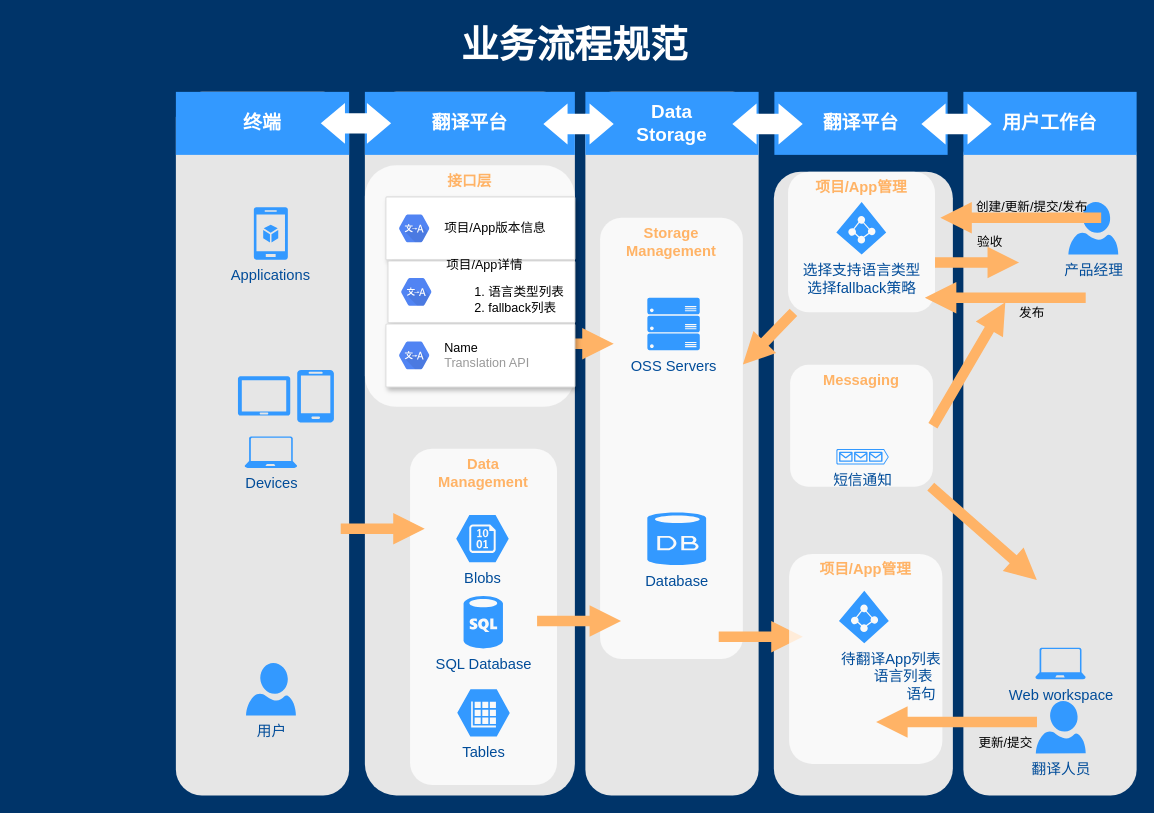
Before: craft/frontend_local.drawio in feihu618/drawio, a draw.io diagram. Source tidied: cells renumbered, new cells numbered last; positions are measured from the earlier drawing's top-left corner, leaving out a move shared by most shapes. Both pictures are drawn from the tidied source at 105%, with x=0, y=0 at pixel (18, 18).
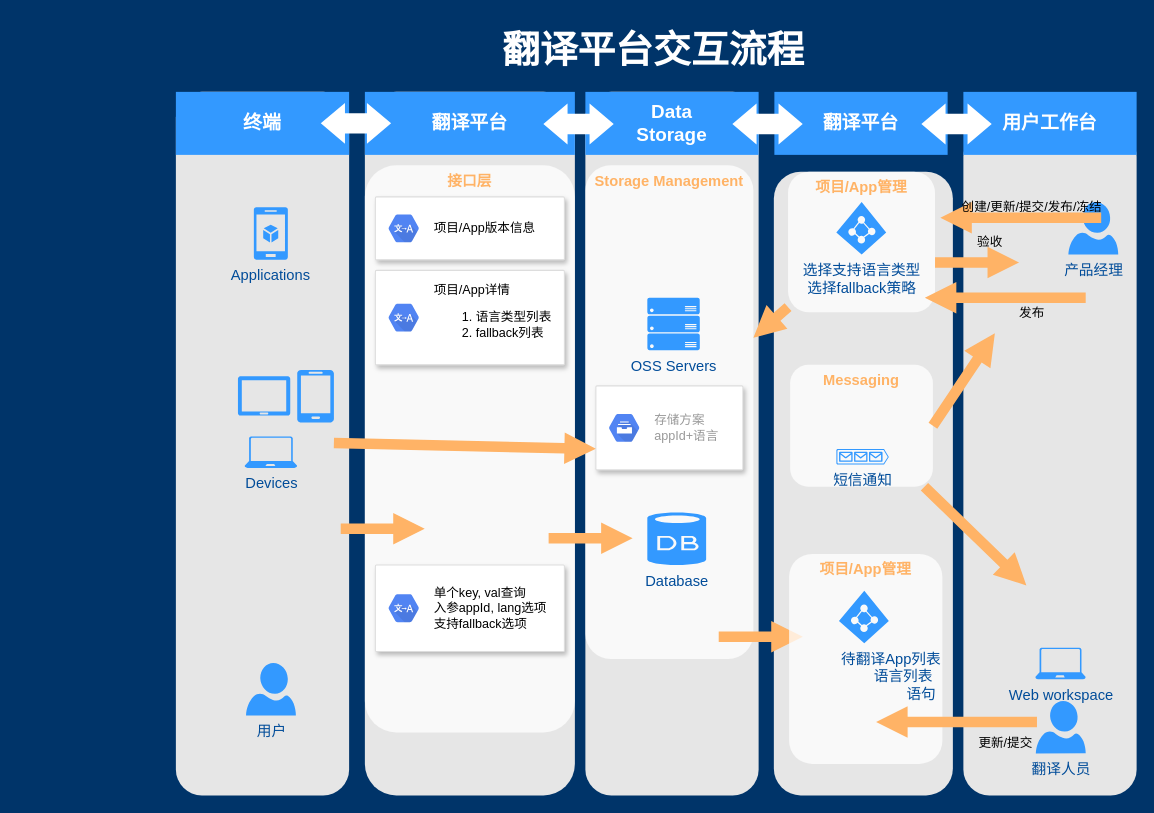
After the change.

Unchanged cells that the change refers to:
```xml
<mxCell id="6" style="rounded=1;whiteSpace=wrap;html=1;dashed=1;strokeColor=none;strokeWidth=2;fillColor=#E6E6E6;fontFamily=Verdana;fontSize=12;fontColor=#00BEF2;" parent="1" vertex="1">
  <mxGeometry x="900" y="107" width="165" height="633" as="geometry" />
</mxCell>
<mxCell id="32" value="Messaging" style="rounded=1;whiteSpace=wrap;html=1;dashed=1;strokeColor=none;strokeWidth=2;fillColor=#FFFFFF;fontFamily=Helvetica;fontSize=14;fontColor=#FFB366;opacity=75;verticalAlign=top;fontStyle=1;" parent="1" vertex="1">
  <mxGeometry x="735" y="330" width="136" height="116" as="geometry" />
</mxCell>
```

The edit, as a diff of the source:
```diff
@@
-    <mxCell id="21" value="业务流程规范" style="text;html=1;strokeColor=none;fillColor=none;align=center;verticalAlign=middle;whiteSpace=wrap;overflow=hidden;dashed=1;fontSize=36;fontColor=#FFFFFF;fontFamily=Helvetica;fontStyle=1;" parent="1" vertex="1">
-      <mxGeometry width="1060" height="50" as="geometry" />
+    <mxCell id="21" value="翻译平台交互流程" style="text;html=1;strokeColor=none;fillColor=none;align=center;verticalAlign=middle;whiteSpace=wrap;overflow=hidden;dashed=1;fontSize=36;fontColor=#FFFFFF;fontFamily=Helvetica;fontStyle=1;" parent="1" vertex="1">
+      <mxGeometry x="150" width="910" height="60" as="geometry" />
     </mxCell>
     <mxCell id="22" value="接口层" style="rounded=1;whiteSpace=wrap;html=1;dashed=1;strokeColor=none;strokeWidth=2;fillColor=#FFFFFF;fontFamily=Helvetica;fontSize=14;fontColor=#FFB366;opacity=75;verticalAlign=top;fontStyle=1;" parent="1" vertex="1">
-      <mxGeometry x="330" y="140" width="200" height="230" as="geometry" />
+      <mxGeometry x="330" y="140" width="200" height="540" as="geometry" />
     </mxCell>
-    <mxCell id="23" value="Data&lt;div&gt;Management&lt;/div&gt;" style="rounded=1;whiteSpace=wrap;html=1;dashed=1;strokeColor=none;strokeWidth=2;fillColor=#FFFFFF;fontFamily=Helvetica;fontSize=14;fontColor=#FFB366;opacity=75;verticalAlign=top;fontStyle=1;" parent="1" vertex="1">
-      <mxGeometry x="373" y="410" width="140" height="320" as="geometry" />
-    </mxCell>
-    <mxCell id="24" value="SQL Database" style="verticalLabelPosition=bottom;html=1;verticalAlign=top;strokeColor=none;fillColor=#3399FF;shape=mxgraph.azure.sql_database;dashed=1;fontFamily=Helvetica;fontSize=14;fontColor=#004C99;" parent="1" vertex="1">
-      <mxGeometry x="424" y="550" width="37.5" height="50" as="geometry" />
-    </mxCell>
-    <mxCell id="25" value="Tables" style="verticalLabelPosition=bottom;html=1;verticalAlign=top;strokeColor=none;fillColor=#3399FF;shape=mxgraph.azure.storage_table;dashed=1;fontFamily=Helvetica;fontSize=14;fontColor=#004C99;" parent="1" vertex="1">
-      <mxGeometry x="418" y="639" width="50" height="45" as="geometry" />
-    </mxCell>
-    <mxCell id="26" value="Blobs" style="verticalLabelPosition=bottom;html=1;verticalAlign=top;strokeColor=none;fillColor=#3399FF;shape=mxgraph.azure.storage_blob;dashed=1;fontFamily=Helvetica;fontSize=14;fontColor=#004C99;" parent="1" vertex="1">
-      <mxGeometry x="417" y="473" width="50" height="45" as="geometry" />
-    </mxCell>
     <mxCell id="27" value="Storage Management" style="rounded=1;whiteSpace=wrap;html=1;dashed=1;strokeColor=none;strokeWidth=2;fillColor=#FFFFFF;fontFamily=Helvetica;fontSize=14;fontColor=#FFB366;opacity=75;verticalAlign=top;fontStyle=1;" parent="1" vertex="1">
-      <mxGeometry x="554" y="190" width="136" height="420" as="geometry" />
+      <mxGeometry x="540" y="140" width="160" height="470" as="geometry" />
     </mxCell>
@@
-    <mxCell id="36" style="arrow;html=1;endArrow=block;endFill=1;strokeColor=none;strokeWidth=4;fontFamily=Helvetica;fontSize=36;fontColor=#FFB366;fillColor=#FFB366;" parent="1" edge="1">
-      <mxGeometry relative="1" as="geometry">
-        <mxPoint x="487" y="310" as="sourcePoint" />
-        <mxPoint x="567" y="310" as="targetPoint" />
-      </mxGeometry>
-    </mxCell>
@@
     <mxCell id="40" style="arrow;html=1;endArrow=block;endFill=1;strokeColor=none;strokeWidth=4;fontFamily=Helvetica;fontSize=36;fontColor=#FFB366;fillColor=#FFB366;" parent="1" edge="1">
       <mxGeometry relative="1" as="geometry">
-        <mxPoint x="494" y="574" as="sourcePoint" />
-        <mxPoint x="574" y="574" as="targetPoint" />
+        <mxPoint x="505" y="495" as="sourcePoint" />
+        <mxPoint x="585" y="495" as="targetPoint" />
       </mxGeometry>
     </mxCell>
@@
-    <mxCell id="43" value="创建/更新/提交/发布" style="text;html=1;align=center;verticalAlign=middle;fillColor=none;strokeColor=none;rounded=0;" parent="1" vertex="1">
-      <mxGeometry x="905" y="170" width="120" height="20" as="geometry" />
+    <mxCell id="43" value="创建/更新/提交/发布/冻结" style="text;html=1;align=center;verticalAlign=middle;fillColor=none;strokeColor=none;rounded=0;" parent="1" vertex="1">
+      <mxGeometry x="890" y="170" width="150" height="20" as="geometry" />
     </mxCell>
@@
-    <mxCell id="50" style="arrow;html=1;endArrow=block;endFill=1;strokeColor=none;strokeWidth=4;fontFamily=Helvetica;fontSize=36;fontColor=#FFB366;fillColor=#FFB366;entryX=0.424;entryY=0.676;entryDx=0;entryDy=0;entryPerimeter=0;" parent="1" edge="1" source="32" target="6">
-      <mxGeometry relative="1" as="geometry" />
+    <mxCell id="50" style="arrow;html=1;endArrow=block;endFill=1;strokeColor=none;strokeWidth=4;fontFamily=Helvetica;fontSize=36;fontColor=#FFB366;fillColor=#FFB366;" parent="1" edge="1" source="32">
+      <mxGeometry relative="1" as="geometry">
+        <mxPoint x="960" y="540" as="targetPoint" />
+      </mxGeometry>
     </mxCell>
-    <mxCell id="51" style="arrow;html=1;endArrow=block;endFill=1;strokeColor=none;strokeWidth=4;fontFamily=Helvetica;fontSize=36;fontColor=#FFB366;fillColor=#FFB366;exitX=1;exitY=0.5;exitDx=0;exitDy=0;entryX=0.242;entryY=0.258;entryDx=0;entryDy=0;entryPerimeter=0;" parent="1" edge="1" source="32" target="6">
-      <mxGeometry relative="1" as="geometry" />
+    <mxCell id="51" style="arrow;html=1;endArrow=block;endFill=1;strokeColor=none;strokeWidth=4;fontFamily=Helvetica;fontSize=36;fontColor=#FFB366;fillColor=#FFB366;exitX=1;exitY=0.5;exitDx=0;exitDy=0;" parent="1" edge="1" source="32">
+      <mxGeometry relative="1" as="geometry">
+        <mxPoint x="930" y="300" as="targetPoint" />
+      </mxGeometry>
     </mxCell>
@@
     <mxCell id="54" style="strokeColor=#dddddd;shadow=1;strokeWidth=1;rounded=1;absoluteArcSize=1;arcSize=2;fontColor=#000000;align=left;" parent="1" vertex="1">
-      <mxGeometry x="350" y="170" width="180" height="60" as="geometry" />
+      <mxGeometry x="340" y="170" width="180" height="60" as="geometry" />
     </mxCell>
@@
     <mxCell id="56" style="strokeColor=#dddddd;shadow=1;strokeWidth=1;rounded=1;absoluteArcSize=1;arcSize=2;fontColor=#000000;align=left;" parent="1" vertex="1">
-      <mxGeometry x="352" y="231" width="178" height="59" as="geometry" />
+      <mxGeometry x="340" y="240" width="180" height="90" as="geometry" />
     </mxCell>
@@
     <mxCell id="58" style="strokeColor=#dddddd;shadow=1;strokeWidth=1;rounded=1;absoluteArcSize=1;arcSize=2;fontColor=#000000;align=left;" parent="1" vertex="1">
-      <mxGeometry x="350" y="291" width="180" height="60" as="geometry" />
+      <mxGeometry x="340" y="520.5" width="180" height="82.5" as="geometry" />
     </mxCell>
-    <mxCell id="59" value="&lt;font color=&quot;#000000&quot;&gt;Name&lt;/font&gt;&lt;br&gt;Translation API" style="sketch=0;dashed=0;html=1;fillColor=#5184F3;strokeColor=none;shape=mxgraph.gcp2.hexIcon;prIcon=cloud_translation_api;labelPosition=right;verticalLabelPosition=middle;align=left;verticalAlign=middle;spacingLeft=5;fontColor=#999999;fontSize=12;" parent="58" vertex="1">
+    <mxCell id="59" value="&lt;font color=&quot;#000000&quot;&gt;单个key, val查询&lt;br&gt;入参appId, lang选项&lt;br&gt;支持fallback选项&lt;br&gt;&lt;/font&gt;" style="sketch=0;dashed=0;html=1;fillColor=#5184F3;strokeColor=none;shape=mxgraph.gcp2.hexIcon;prIcon=cloud_translation_api;labelPosition=right;verticalLabelPosition=middle;align=left;verticalAlign=middle;spacingLeft=5;fontColor=#999999;fontSize=12;" parent="58" vertex="1">
       <mxGeometry y="0.5" width="44" height="39" relative="1" as="geometry">
         <mxPoint x="5" y="-19.5" as="offset" />
       </mxGeometry>
     </mxCell>
+    <mxCell id="60" style="strokeColor=#dddddd;shadow=1;strokeWidth=1;rounded=1;absoluteArcSize=1;arcSize=2;fontColor=#000000;align=left;" parent="1" vertex="1">
+      <mxGeometry x="550" y="350" width="140" height="80" as="geometry" />
+    </mxCell>
+    <mxCell id="61" value="存储方案&lt;br&gt;appId+语言" style="sketch=0;dashed=0;html=1;fillColor=#5184F3;strokeColor=none;shape=mxgraph.gcp2.hexIcon;prIcon=cloud_filestore;labelPosition=right;verticalLabelPosition=middle;align=left;verticalAlign=middle;spacingLeft=5;fontColor=#999999;fontSize=12;" parent="60" vertex="1">
+      <mxGeometry y="0.5" width="44" height="39" relative="1" as="geometry">
+        <mxPoint x="5" y="-19.5" as="offset" />
+      </mxGeometry>
+    </mxCell>
+    <mxCell id="62" style="arrow;html=1;endArrow=block;endFill=1;strokeColor=none;strokeWidth=4;fontFamily=Helvetica;fontSize=36;fontColor=#FFB366;fillColor=#FFB366;entryX=0;entryY=0.75;entryDx=0;entryDy=0;" parent="1" edge="1" target="60">
+      <mxGeometry relative="1" as="geometry">
+        <mxPoint x="300.5" y="404.5" as="sourcePoint" />
+      </mxGeometry>
+    </mxCell>
```
